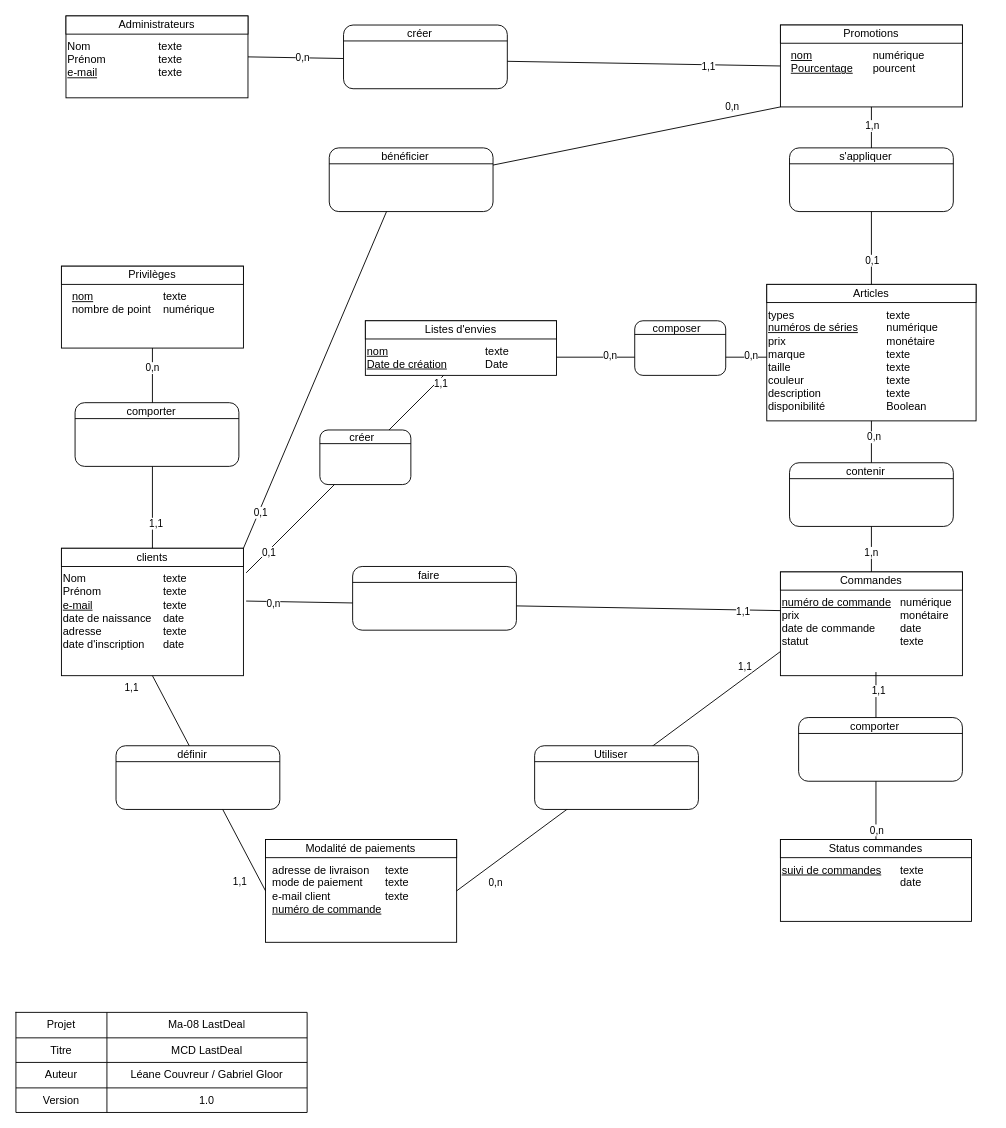
Before: MCD-lastDeal.drawio in LeaneCouvreur/MA-08-Modele_LastBuy, a draw.io diagram. Source tidied: cells renumbered, new cells numbered last; positions are measured from the earlier drawing's top-left corner, leaving out a move shared by most shapes. Both pictures are drawn from the tidied source at 91%, with x=0, y=0 at pixel (15, 15).
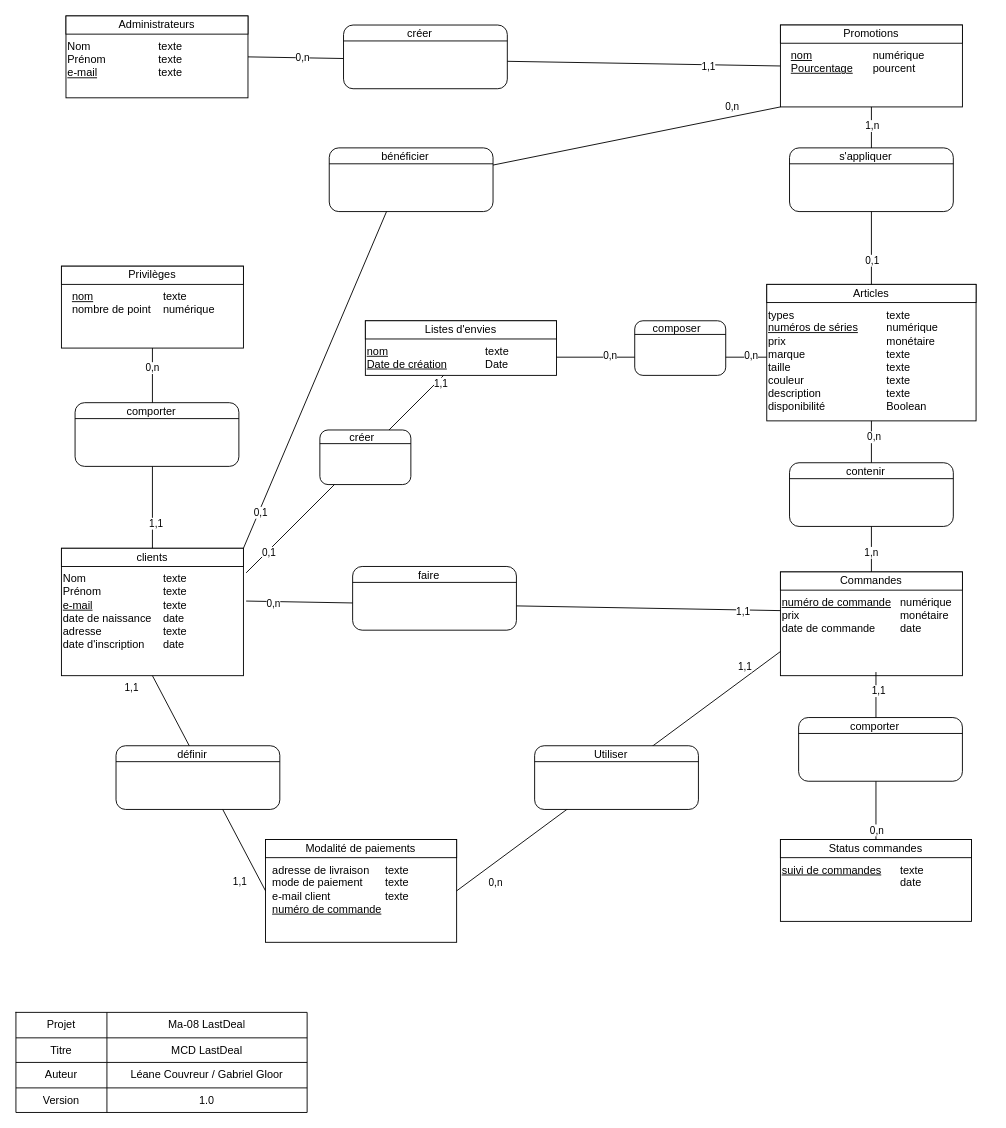
Above is the later version.

What changed in the source:
```diff
@@
-    <mxCell id="35" value="&lt;u&gt;numéro de commande&lt;/u&gt;&lt;br&gt;prix&lt;br&gt;date de commande&lt;br&gt;statut" style="text;html=1;strokeColor=none;fillColor=none;align=left;verticalAlign=top;whiteSpace=wrap;rounded=0;" parent="1" vertex="1">
+    <mxCell id="35" value="&lt;u&gt;numéro de commande&lt;/u&gt;&lt;br&gt;prix&lt;br&gt;date de commande&lt;br&gt;" style="text;html=1;strokeColor=none;fillColor=none;align=left;verticalAlign=top;whiteSpace=wrap;rounded=0;" parent="1" vertex="1">
       <mxGeometry x="840.1" y="631" width="140" height="90" as="geometry" />
     </mxCell>
-    <mxCell id="36" value="numérique&lt;br&gt;monétaire&lt;br&gt;date&lt;br&gt;texte" style="text;html=1;strokeColor=none;fillColor=none;align=left;verticalAlign=top;whiteSpace=wrap;rounded=0;" parent="1" vertex="1">
+    <mxCell id="36" value="numérique&lt;br&gt;monétaire&lt;br&gt;date&lt;br&gt;" style="text;html=1;strokeColor=none;fillColor=none;align=left;verticalAlign=top;whiteSpace=wrap;rounded=0;" parent="1" vertex="1">
       <mxGeometry x="970.1" y="631" width="100" height="94" as="geometry" />
     </mxCell>
```
